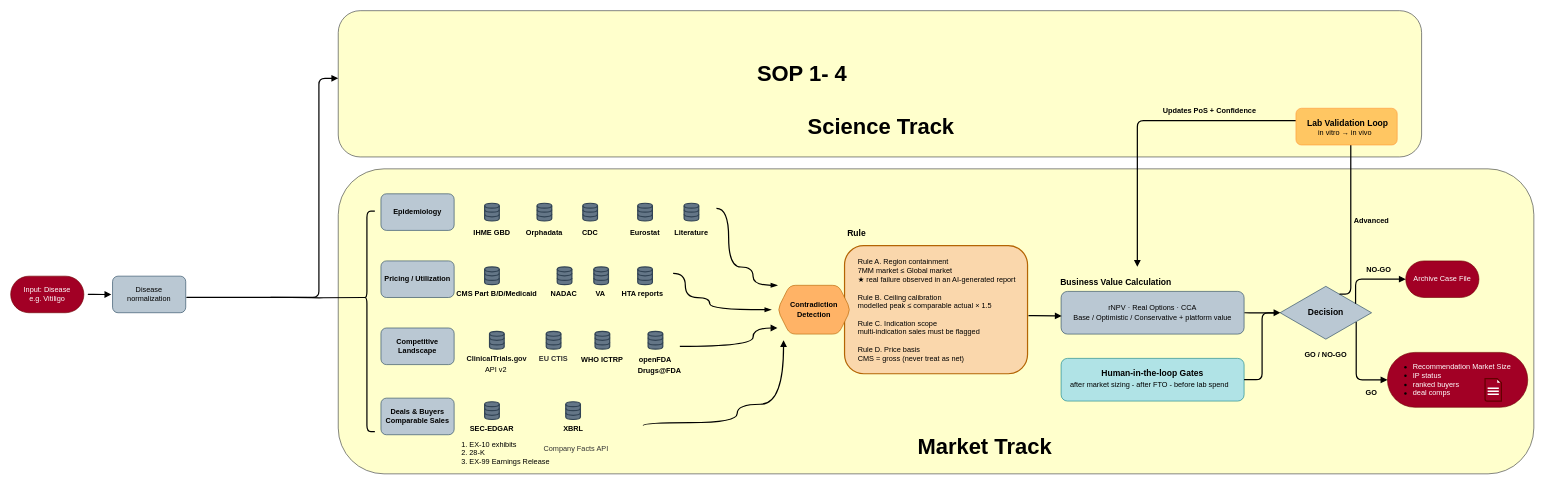
The draw.io diagram page "Full Business" (1 of 4) of repurgenesis_bd.drawio in paulkao-ai/flowchart, before the edit. Source tidied: cells renumbered, new cells numbered last; positions are measured from the earlier drawing's top-left corner, leaving out a move shared by most shapes. Both pictures are drawn from the tidied source at 61%, with x=0, y=0 at pixel (10, 10).
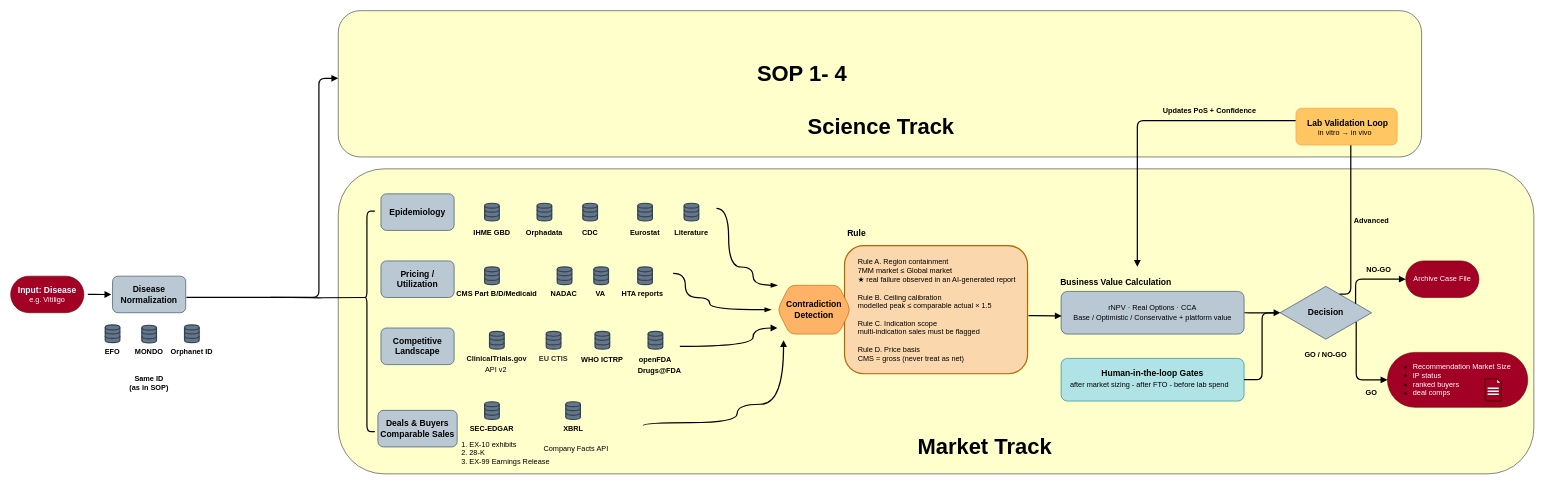
After the change.

The change refers to these unchanged cells:
```xml
<mxCell id="33" style="group;rounded=1;" parent="1" vertex="1">
  <mxGeometry x="1257" y="450.2" width="120" height="80" as="geometry" />
</mxCell>
```

Change to the diagram source:
```diff
@@
-    <mxCell id="4" value="Epidemiology" style="rounded=1;whiteSpace=wrap;html=1;fontStyle=1;fillColor=#bac8d3;strokeColor=#23445d;" parent="1" vertex="1">
+    <mxCell id="4" value="&lt;font style=&quot;font-size: 14px;&quot;&gt;Epidemiology&lt;/font&gt;" style="rounded=1;whiteSpace=wrap;html=1;fontStyle=1;fillColor=#bac8d3;strokeColor=#23445d;" parent="1" vertex="1">
       <mxGeometry x="607" y="300.2" width="120" height="60" as="geometry" />
     </mxCell>
-    <mxCell id="5" value="Pricing / Utilization" style="rounded=1;whiteSpace=wrap;html=1;fontStyle=1;fillColor=#bac8d3;strokeColor=#23445d;" parent="1" vertex="1">
+    <mxCell id="5" value="&lt;font style=&quot;font-size: 14px;&quot;&gt;Pricing / Utilization&lt;/font&gt;" style="rounded=1;whiteSpace=wrap;html=1;fontStyle=1;fillColor=#bac8d3;strokeColor=#23445d;" parent="1" vertex="1">
       <mxGeometry x="607" y="410.2" width="120" height="60" as="geometry" />
     </mxCell>
-    <mxCell id="6" value="Competitive Landscape" style="rounded=1;whiteSpace=wrap;html=1;fontStyle=1;fillColor=#bac8d3;strokeColor=#23445d;" parent="1" vertex="1">
+    <mxCell id="6" value="&lt;font style=&quot;font-size: 14px;&quot;&gt;Competitive Landscape&lt;/font&gt;" style="rounded=1;whiteSpace=wrap;html=1;fontStyle=1;fillColor=#bac8d3;strokeColor=#23445d;" parent="1" vertex="1">
       <mxGeometry x="607" y="520.2" width="120" height="60" as="geometry" />
     </mxCell>
-    <mxCell id="7" value="Disease normalization" style="rounded=1;whiteSpace=wrap;html=1;fillColor=#bac8d3;strokeColor=#23445d;" parent="1" vertex="1">
+    <mxCell id="7" value="&lt;font style=&quot;font-size: 14px;&quot;&gt;&lt;b&gt;Disease Normalization&lt;/b&gt;&lt;/font&gt;" style="rounded=1;whiteSpace=wrap;html=1;fillColor=#bac8d3;strokeColor=#23445d;" parent="1" vertex="1">
       <mxGeometry x="167" y="435.2" width="120" height="60" as="geometry" />
     </mxCell>
-    <mxCell id="8" value="Input: Disease&lt;br&gt;e.g. Vitiligo" style="rounded=1;whiteSpace=wrap;html=1;arcSize=50;fillColor=#a20025;fontColor=#ffffff;strokeColor=#6F0000;" parent="1" vertex="1">
+    <mxCell id="8" value="&lt;b&gt;&lt;font style=&quot;font-size: 14px;&quot;&gt;Input: Disease&lt;br&gt;&lt;/font&gt;&lt;/b&gt;e.g. Vitiligo" style="rounded=1;whiteSpace=wrap;html=1;arcSize=50;fillColor=#a20025;fontColor=#ffffff;strokeColor=#6F0000;" parent="1" vertex="1">
       <mxGeometry y="435.2" width="120" height="60" as="geometry" />
     </mxCell>
-    <mxCell id="9" value="Deals &amp;amp; Buyers&lt;div&gt;Comparable Sales&lt;/div&gt;" style="rounded=1;whiteSpace=wrap;html=1;fontStyle=1;fillColor=#bac8d3;strokeColor=#23445d;" parent="1" vertex="1">
-      <mxGeometry x="607" y="635.2" width="120" height="60" as="geometry" />
+    <mxCell id="9" value="&lt;font style=&quot;font-size: 14px;&quot;&gt;Deals &amp;amp; Buyers&lt;/font&gt;&lt;div&gt;&lt;font style=&quot;font-size: 14px;&quot;&gt;Comparable Sales&lt;/font&gt;&lt;/div&gt;" style="rounded=1;whiteSpace=wrap;html=1;fontStyle=1;fillColor=#bac8d3;strokeColor=#23445d;" parent="1" vertex="1">
+      <mxGeometry x="602" y="655.2" width="130" height="60" as="geometry" />
     </mxCell>
@@
-    <mxCell id="15" value="&lt;span style=&quot;font-family: Helvetica; font-size: 12px; font-style: normal; font-variant-ligatures: normal; font-variant-caps: normal; letter-spacing: normal; orphans: 2; text-align: center; text-indent: 0px; text-transform: none; widows: 2; word-spacing: 0px; -webkit-text-stroke-width: 0px; white-space: normal; text-decoration-thickness: initial; text-decoration-style: initial; text-decoration-color: initial; float: none; color: light-dark(rgb(51, 51, 51), rgb(255, 255, 255)); display: inline !important;&quot;&gt;Company Facts API&lt;/span&gt;" style="text;whiteSpace=wrap;html=1;fontStyle=0;rounded=1;" parent="1" vertex="1">
+    <mxCell id="15" value="&lt;span style=&quot;font-family: Helvetica; font-size: 12px; font-style: normal; font-variant-ligatures: normal; font-variant-caps: normal; letter-spacing: normal; orphans: 2; text-align: center; text-indent: 0px; text-transform: none; widows: 2; word-spacing: 0px; -webkit-text-stroke-width: 0px; white-space: normal; text-decoration-thickness: initial; text-decoration-style: initial; text-decoration-color: initial; float: none; color: light-dark(rgb(0, 0, 0), rgb(255, 255, 255)); display: inline !important;&quot;&gt;Company Facts API&lt;/span&gt;" style="text;whiteSpace=wrap;html=1;fontStyle=0;rounded=1;" parent="1" vertex="1">
       <mxGeometry x="872" y="705.2" width="110" height="20" as="geometry" />
     </mxCell>
@@
-    <mxCell id="35" value="Contradiction Detection" style="text;html=1;whiteSpace=wrap;strokeColor=none;fillColor=none;align=center;verticalAlign=middle;rounded=1;fontStyle=1;" parent="33" vertex="1">
+    <mxCell id="35" value="&lt;font style=&quot;font-size: 14px;&quot;&gt;Contradiction Detection&lt;/font&gt;" style="text;html=1;whiteSpace=wrap;strokeColor=none;fillColor=none;align=center;verticalAlign=middle;rounded=1;fontStyle=1;" parent="33" vertex="1">
       <mxGeometry x="30" y="25" width="60" height="30" as="geometry" />
     </mxCell>
@@
+    <mxCell id="93" style="html=1;verticalLabelPosition=bottom;align=center;labelBackgroundColor=#ffffff;verticalAlign=top;strokeWidth=2;shadow=0;dashed=0;shape=mxgraph.ios7.icons.data;rounded=1;fillColor=#647687;strokeColor=#314354;fontColor=#ffffff;" parent="1" vertex="1">
+      <mxGeometry x="155" y="515.2" width="24" height="29.1" as="geometry" />
+    </mxCell>
+    <mxCell id="94" value="&lt;span style=&quot;text-align: left;&quot;&gt;EFO&lt;/span&gt;" style="text;html=1;whiteSpace=wrap;strokeColor=none;fillColor=none;align=center;verticalAlign=middle;rounded=0;fontStyle=1;" parent="1" vertex="1">
+      <mxGeometry x="147" y="544.8" width="40" height="30" as="geometry" />
+    </mxCell>
+    <mxCell id="95" value="&lt;span style=&quot;text-align: left;&quot;&gt;MONDO&lt;/span&gt;" style="text;html=1;whiteSpace=wrap;strokeColor=none;fillColor=none;align=center;verticalAlign=middle;rounded=0;fontStyle=1;" parent="1" vertex="1">
+      <mxGeometry x="197" y="544.8" width="60" height="30" as="geometry" />
+    </mxCell>
+    <mxCell id="96" value="&lt;span style=&quot;text-align: left;&quot;&gt;Orphanet ID&lt;/span&gt;" style="text;html=1;whiteSpace=wrap;strokeColor=none;fillColor=none;align=center;verticalAlign=middle;rounded=0;fontStyle=1;" parent="1" vertex="1">
+      <mxGeometry x="257" y="544.3" width="80" height="30" as="geometry" />
+    </mxCell>
+    <mxCell id="97" style="html=1;verticalLabelPosition=bottom;align=center;labelBackgroundColor=#ffffff;verticalAlign=top;strokeWidth=2;shadow=0;dashed=0;shape=mxgraph.ios7.icons.data;rounded=1;fillColor=#647687;strokeColor=#314354;fontColor=#ffffff;" parent="1" vertex="1">
+      <mxGeometry x="215" y="515.7" width="24" height="29.1" as="geometry" />
+    </mxCell>
+    <mxCell id="98" style="html=1;verticalLabelPosition=bottom;align=center;labelBackgroundColor=#ffffff;verticalAlign=top;strokeWidth=2;shadow=0;dashed=0;shape=mxgraph.ios7.icons.data;rounded=1;fillColor=#647687;strokeColor=#314354;fontColor=#ffffff;" parent="1" vertex="1">
+      <mxGeometry x="285" y="515.2" width="24" height="29.1" as="geometry" />
+    </mxCell>
+    <mxCell id="99" value="Same ID &lt;br&gt;(as in SOP)" style="text;html=1;whiteSpace=wrap;strokeColor=none;fillColor=none;align=center;verticalAlign=middle;rounded=0;fontStyle=1;" parent="1" vertex="1">
+      <mxGeometry x="187" y="595.2" width="80" height="30" as="geometry" />
+    </mxCell>
```
